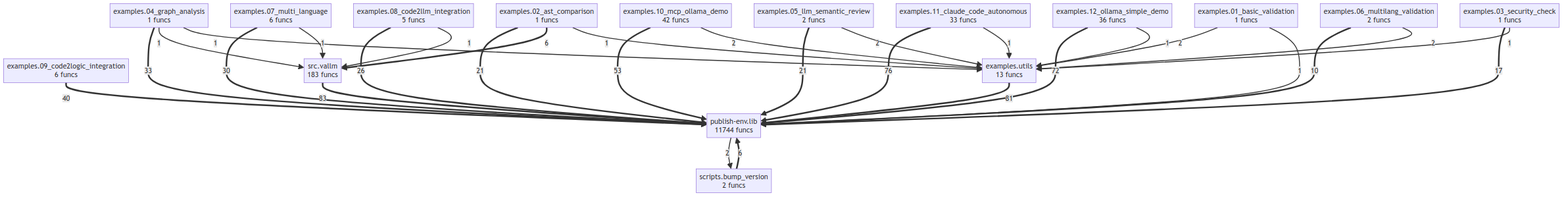
Earlier version of the Mermaid export project/compact_flow.png (semcod/vallm). Its source is kept beside it as project/compact_flow.mmd.
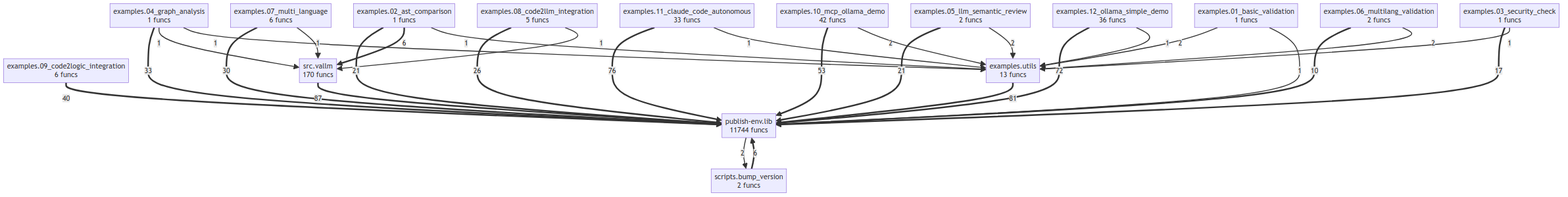
Later version of the same file.

What changed in the source:
```diff
@@ -14,8 +14,8 @@
     examples_utils["examples.utils<br/>13 funcs"]
     publish_env_lib["publish-env.lib<br/>11744 funcs"]
     scripts_bump_version["scripts.bump_version<br/>2 funcs"]
-    src_vallm["src.vallm<br/>183 funcs"]
-    src_vallm ==>|83| publish_env_lib
+    src_vallm["src.vallm<br/>170 funcs"]
+    src_vallm ==>|87| publish_env_lib
     examples_utils ==>|81| publish_env_lib
     examples_11_claude_code_autonomous ==>|76| publish_env_lib
     examples_12_ollama_simple_demo ==>|72| publish_env_lib
@@ -35,12 +35,12 @@
     examples_01_basic_validation -->|2| examples_utils
     examples_06_multilang_validation -->|2| examples_utils
     examples_10_mcp_ollama_demo -->|2| examples_utils
+    examples_11_claude_code_autonomous -->|1| examples_utils
     examples_04_graph_analysis -->|1| src_vallm
     examples_04_graph_analysis -->|1| examples_utils
     examples_12_ollama_simple_demo -->|1| examples_utils
-    examples_11_claude_code_autonomous -->|1| examples_utils
     examples_01_basic_validation -->|1| publish_env_lib
+    examples_02_ast_comparison -->|1| examples_utils
     examples_03_security_check -->|1| examples_utils
-    examples_02_ast_comparison -->|1| examples_utils
     examples_07_multi_language -->|1| src_vallm
     examples_08_code2llm_integration -->|1| src_vallm
```
